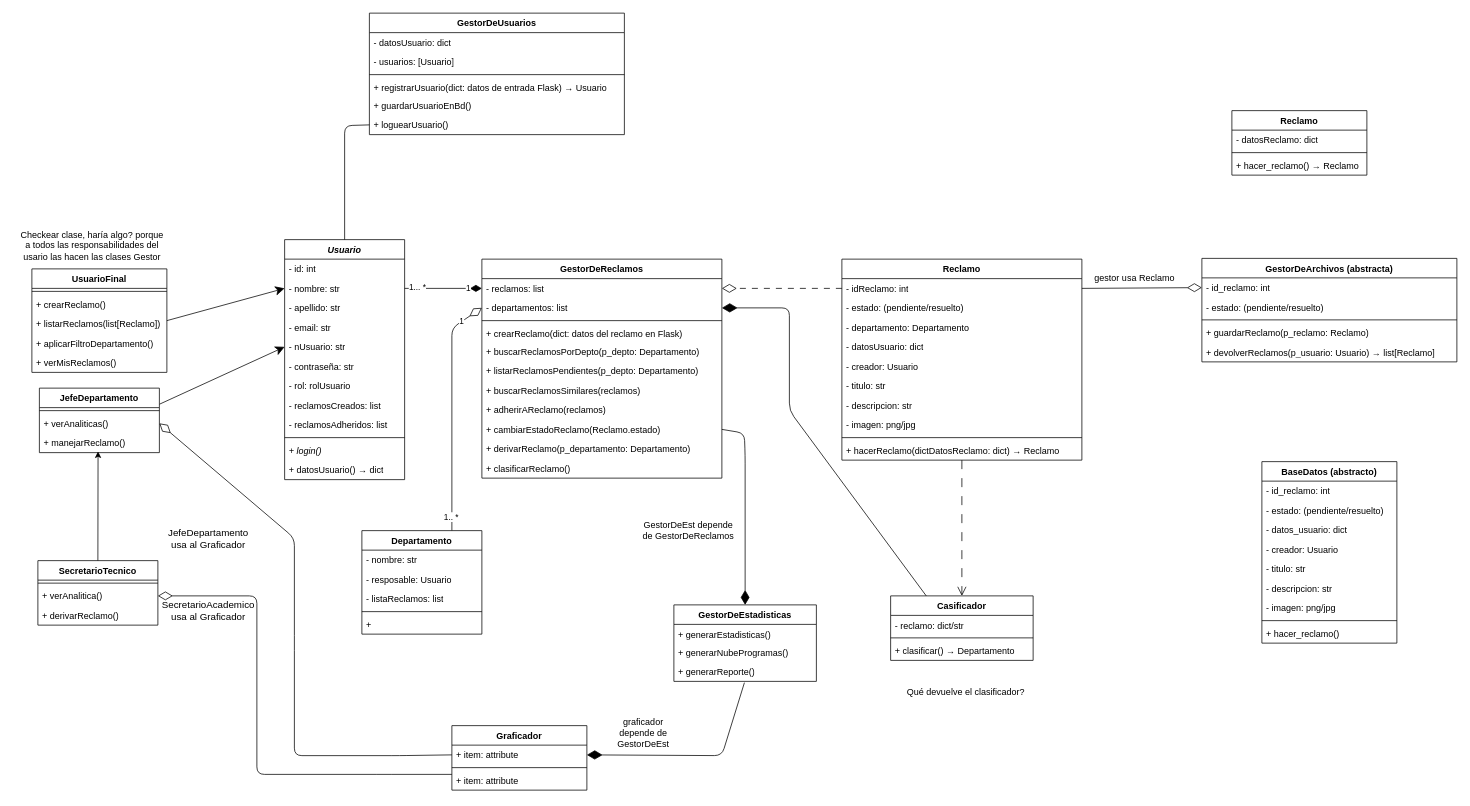
The draw.io diagram page "UML" (1 of 3) of TrabajoPractico_3/docs/diagrama_UML_TP3.drawio in FelipeCarrozzo/prog_avanzada, before the edit. Source tidied: cells renumbered, new cells numbered last; positions are measured from the earlier drawing's top-left corner, leaving out a move shared by most shapes. Both pictures are drawn from the tidied source at 75%, with x=0, y=0 at pixel (13, 13).
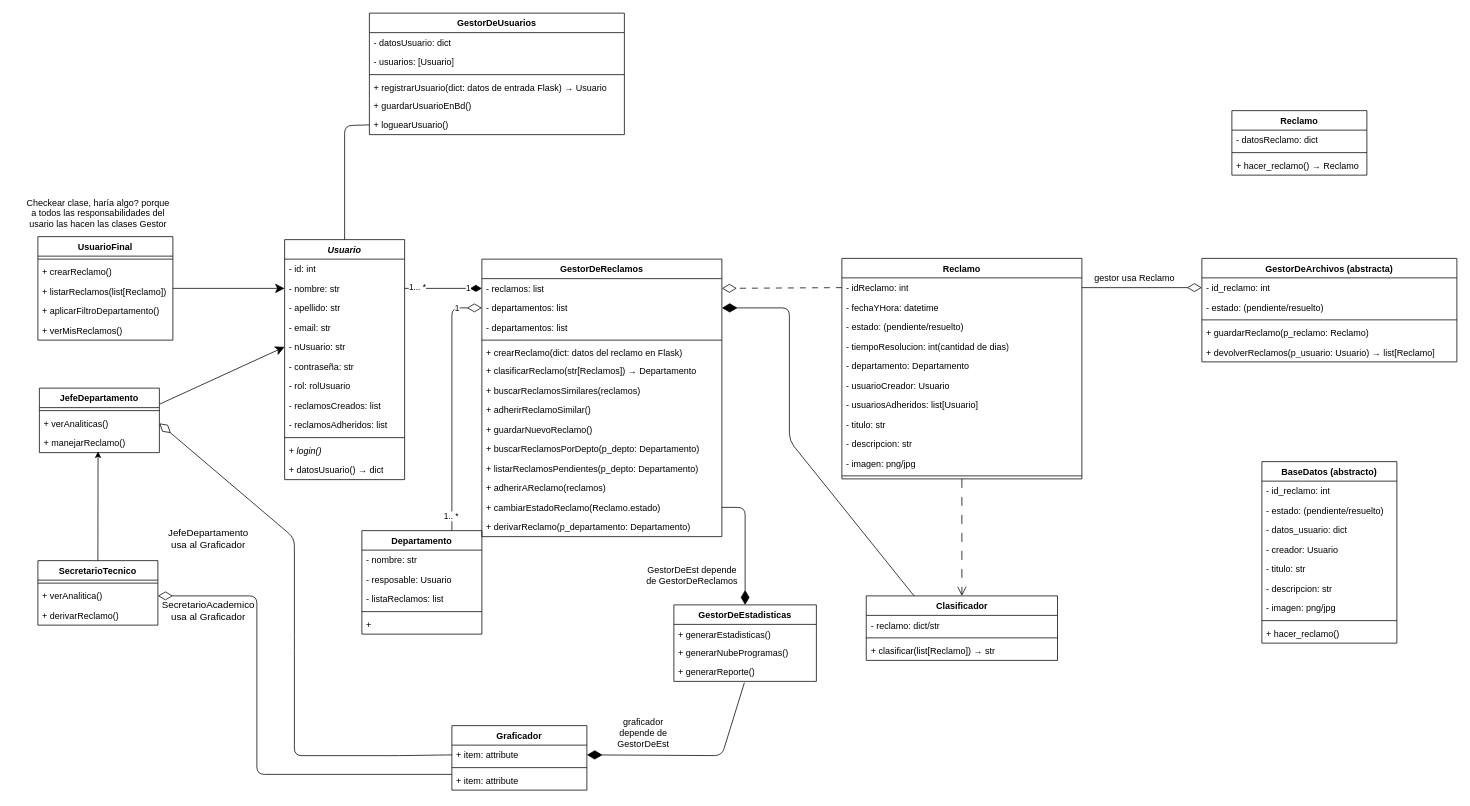
After the change.

Unchanged cells that the change refers to:
```xml
<mxCell id="51" value="Departamento" style="swimlane;fontStyle=1;align=center;verticalAlign=top;horizontal=1;startSize=26;whiteSpace=wrap;html=1;" parent="1" vertex="1">
  <mxGeometry x="465" y="690" width="160" height="138" as="geometry" />
</mxCell>
<mxCell id="59" value="- departamentos: list" style="text;strokeColor=none;fillColor=none;align=left;verticalAlign=top;spacingLeft=4;spacingRight=4;overflow=hidden;points=[[0,0.5],[1,0.5]];portConstraint=eastwest;whiteSpace=wrap;html=1;" parent="57" vertex="1">
  <mxGeometry y="52" width="320" height="26" as="geometry" />
</mxCell>
<mxCell id="112" value="GestorDeEstadisticas" style="swimlane;fontStyle=1;align=center;verticalAlign=top;horizontal=1;startSize=26;whiteSpace=wrap;html=1;" parent="1" vertex="1">
  <mxGeometry x="881" y="789" width="190" height="102" as="geometry" />
</mxCell>
```

The edit, as a diff of the source:
```diff
@@
     <mxCell id="3" value="UsuarioFinal" style="swimlane;fontStyle=1;align=center;verticalAlign=top;horizontal=1;startSize=26;whiteSpace=wrap;html=1;" parent="1" vertex="1">
-      <mxGeometry x="25" y="341" width="180" height="138" as="geometry" />
+      <mxGeometry x="33" y="298" width="180" height="138" as="geometry" />
     </mxCell>
@@
     <mxCell id="32" value="Reclamo" style="swimlane;fontStyle=1;align=center;verticalAlign=top;horizontal=1;startSize=26;whiteSpace=wrap;html=1;" parent="1" vertex="1">
-      <mxGeometry x="1105" y="328" width="320" height="268" as="geometry" />
+      <mxGeometry x="1105" y="327" width="320" height="294" as="geometry" />
     </mxCell>
@@
+    <mxCell id="122" value="- fechaYHora: datetime" style="text;strokeColor=none;fillColor=none;align=left;verticalAlign=top;spacingLeft=4;spacingRight=4;overflow=hidden;whiteSpace=wrap;html=1;" parent="32" vertex="1">
+      <mxGeometry y="52" width="320" height="26" as="geometry" />
+    </mxCell>
     <mxCell id="34" value="- estado: (pendiente/resuelto)" style="text;strokeColor=none;fillColor=none;align=left;verticalAlign=top;spacingLeft=4;spacingRight=4;overflow=hidden;whiteSpace=wrap;html=1;" parent="32" vertex="1">
-      <mxGeometry y="52" width="320" height="26" as="geometry" />
+      <mxGeometry y="78" width="320" height="26" as="geometry" />
     </mxCell>
+    <mxCell id="123" value="- tiempoResolucion: int(cantidad de dias)" style="text;strokeColor=none;fillColor=none;align=left;verticalAlign=top;spacingLeft=4;spacingRight=4;overflow=hidden;whiteSpace=wrap;html=1;" parent="32" vertex="1">
+      <mxGeometry y="104" width="320" height="26" as="geometry" />
+    </mxCell>
     <mxCell id="35" value="- departamento: Departamento" style="text;strokeColor=none;fillColor=none;align=left;verticalAlign=top;spacingLeft=4;spacingRight=4;overflow=hidden;whiteSpace=wrap;html=1;" parent="32" vertex="1">
-      <mxGeometry y="78" width="320" height="26" as="geometry" />
+      <mxGeometry y="130" width="320" height="26" as="geometry" />
     </mxCell>
+    <mxCell id="37" value="- usuarioCreador: Usuario" style="text;strokeColor=none;fillColor=none;align=left;verticalAlign=top;spacingLeft=4;spacingRight=4;overflow=hidden;whiteSpace=wrap;html=1;" parent="32" vertex="1">
+      <mxGeometry y="156" width="320" height="26" as="geometry" />
+    </mxCell>
-    <mxCell id="36" value="- datosUsuario: dict" style="text;strokeColor=none;fillColor=none;align=left;verticalAlign=top;spacingLeft=4;spacingRight=4;overflow=hidden;whiteSpace=wrap;html=1;" parent="32" vertex="1">
-      <mxGeometry y="104" width="320" height="26" as="geometry" />
+    <mxCell id="36" value="- usuariosAdheridos: list[Usuario]" style="text;strokeColor=none;fillColor=none;align=left;verticalAlign=top;spacingLeft=4;spacingRight=4;overflow=hidden;whiteSpace=wrap;html=1;" parent="32" vertex="1">
+      <mxGeometry y="182" width="320" height="26" as="geometry" />
     </mxCell>
-    <mxCell id="37" value="- creador: Usuario" style="text;strokeColor=none;fillColor=none;align=left;verticalAlign=top;spacingLeft=4;spacingRight=4;overflow=hidden;whiteSpace=wrap;html=1;" parent="32" vertex="1">
-      <mxGeometry y="130" width="320" height="26" as="geometry" />
-    </mxCell>
     <mxCell id="38" value="- titulo: str" style="text;strokeColor=none;fillColor=none;align=left;verticalAlign=top;spacingLeft=4;spacingRight=4;overflow=hidden;whiteSpace=wrap;html=1;" parent="32" vertex="1">
-      <mxGeometry y="156" width="320" height="26" as="geometry" />
+      <mxGeometry y="208" width="320" height="26" as="geometry" />
     </mxCell>
     <mxCell id="39" value="- descripcion: str" style="text;strokeColor=none;fillColor=none;align=left;verticalAlign=top;spacingLeft=4;spacingRight=4;overflow=hidden;whiteSpace=wrap;html=1;" parent="32" vertex="1">
-      <mxGeometry y="182" width="320" height="26" as="geometry" />
+      <mxGeometry y="234" width="320" height="26" as="geometry" />
     </mxCell>
     <mxCell id="40" value="- imagen: png/jpg" style="text;strokeColor=none;fillColor=none;align=left;verticalAlign=top;spacingLeft=4;spacingRight=4;overflow=hidden;whiteSpace=wrap;html=1;" parent="32" vertex="1">
-      <mxGeometry y="208" width="320" height="26" as="geometry" />
+      <mxGeometry y="260" width="320" height="26" as="geometry" />
     </mxCell>
     <mxCell id="41" style="line;strokeWidth=1;fillColor=none;align=left;verticalAlign=middle;spacingTop=-1;spacingLeft=3;spacingRight=3;labelPosition=right;strokeColor=inherit;" parent="32" vertex="1">
-      <mxGeometry y="234" width="320" height="8" as="geometry" />
+      <mxGeometry y="286" width="320" height="8" as="geometry" />
     </mxCell>
-    <mxCell id="42" value="&lt;font style=&quot;color: rgb(0, 0, 0);&quot;&gt;+ hacerReclamo(dictDatosReclamo: dict)&amp;nbsp;→ Reclamo&lt;/font&gt;" style="text;strokeColor=none;fillColor=none;align=left;verticalAlign=top;spacingLeft=4;spacingRight=4;overflow=hidden;whiteSpace=wrap;html=1;" parent="32" vertex="1">
-      <mxGeometry y="242" width="320" height="26" as="geometry" />
-    </mxCell>
     <mxCell id="43" style="edgeStyle=none;html=1;endArrow=diamondThin;endFill=1;endSize=18;entryX=1;entryY=0.5;entryDx=0;entryDy=0;exitX=0.25;exitY=0;exitDx=0;exitDy=0;" parent="1" edge="1" source="44" target="59">
       <mxGeometry relative="1" as="geometry">
         <Array as="points">
-          <mxPoint x="1035" y="530" />
+          <mxPoint x="1035" y="570" />
           <mxPoint x="1035" y="393" />
         </Array>
       </mxGeometry>
     </mxCell>
-    <mxCell id="44" value="Casificador" style="swimlane;fontStyle=1;align=center;verticalAlign=top;horizontal=1;startSize=26;whiteSpace=wrap;html=1;" parent="1" vertex="1">
-      <mxGeometry x="1170" y="777" width="190" height="86" as="geometry" />
+    <mxCell id="44" value="Clasificador" style="swimlane;fontStyle=1;align=center;verticalAlign=top;horizontal=1;startSize=26;whiteSpace=wrap;html=1;" parent="1" vertex="1">
+      <mxGeometry x="1137.5" y="777" width="255" height="86" as="geometry" />
     </mxCell>
     <mxCell id="45" value="- reclamo: dict/str" style="text;strokeColor=none;fillColor=none;align=left;verticalAlign=top;spacingLeft=4;spacingRight=4;overflow=hidden;whiteSpace=wrap;html=1;" parent="44" vertex="1">
-      <mxGeometry y="26" width="190" height="26" as="geometry" />
+      <mxGeometry y="26" width="255" height="26" as="geometry" />
     </mxCell>
     <mxCell id="46" style="line;strokeWidth=1;fillColor=none;align=left;verticalAlign=middle;spacingTop=-1;spacingLeft=3;spacingRight=3;labelPosition=right;strokeColor=inherit;" parent="44" vertex="1">
-      <mxGeometry y="52" width="190" height="8" as="geometry" />
+      <mxGeometry y="52" width="255" height="8" as="geometry" />
     </mxCell>
-    <mxCell id="47" value="+ clasificar()&amp;nbsp;→ Departamento" style="text;strokeColor=none;fillColor=none;align=left;verticalAlign=top;spacingLeft=4;spacingRight=4;overflow=hidden;whiteSpace=wrap;html=1;" parent="44" vertex="1">
-      <mxGeometry y="60" width="190" height="26" as="geometry" />
+    <mxCell id="47" value="+ clasificar(list[Reclamo])&amp;nbsp;→ str" style="text;strokeColor=none;fillColor=none;align=left;verticalAlign=top;spacingLeft=4;spacingRight=4;overflow=hidden;whiteSpace=wrap;html=1;" parent="44" vertex="1">
+      <mxGeometry y="60" width="255" height="26" as="geometry" />
     </mxCell>
     <mxCell id="48" style="edgeStyle=none;html=1;exitX=0.75;exitY=0;exitDx=0;exitDy=0;entryX=0;entryY=0.5;entryDx=0;entryDy=0;endArrow=diamondThin;endFill=0;endSize=17;" parent="1" edge="1" source="51" target="59">
       <mxGeometry relative="1" as="geometry">
         <Array as="points">
-          <mxPoint x="585" y="420" />
+          <mxPoint x="585" y="393" />
         </Array>
       </mxGeometry>
     </mxCell>
@@
     <mxCell id="57" value="GestorDeReclamos" style="swimlane;fontStyle=1;align=center;verticalAlign=top;horizontal=1;startSize=26;whiteSpace=wrap;html=1;" parent="1" vertex="1">
-      <mxGeometry x="625" y="328" width="320" height="292" as="geometry" />
+      <mxGeometry x="625" y="328" width="320" height="370" as="geometry" />
     </mxCell>
@@
+    <mxCell id="124" value="- departamentos: list" style="text;strokeColor=none;fillColor=none;align=left;verticalAlign=top;spacingLeft=4;spacingRight=4;overflow=hidden;whiteSpace=wrap;html=1;" parent="57" vertex="1">
+      <mxGeometry y="78" width="320" height="26" as="geometry" />
+    </mxCell>
     <mxCell id="60" style="line;strokeWidth=1;fillColor=none;align=left;verticalAlign=middle;spacingTop=-1;spacingLeft=3;spacingRight=3;labelPosition=right;strokeColor=inherit;" parent="57" vertex="1">
-      <mxGeometry y="78" width="320" height="8" as="geometry" />
+      <mxGeometry y="104" width="320" height="8" as="geometry" />
     </mxCell>
     <mxCell id="61" value="+ crearReclamo(dict: datos del reclamo en Flask)" style="text;strokeColor=none;fillColor=none;align=left;verticalAlign=top;spacingLeft=4;spacingRight=4;overflow=hidden;whiteSpace=wrap;html=1;" parent="57" vertex="1">
-      <mxGeometry y="86" width="320" height="24" as="geometry" />
+      <mxGeometry y="112" width="320" height="24" as="geometry" />
     </mxCell>
+    <mxCell id="68" value="+ clasificarReclamo(str[Reclamos])&amp;nbsp;&lt;span style=&quot;color: rgb(0, 0, 0);&quot;&gt;→&amp;nbsp;Departamento&lt;/span&gt;" style="text;strokeColor=none;fillColor=none;align=left;verticalAlign=top;spacingLeft=4;spacingRight=4;overflow=hidden;whiteSpace=wrap;html=1;" parent="57" vertex="1">
+      <mxGeometry y="136" width="320" height="26" as="geometry" />
+    </mxCell>
+    <mxCell id="64" value="+ buscarReclamosSimilares(reclamos)" style="text;strokeColor=none;fillColor=none;align=left;verticalAlign=top;spacingLeft=4;spacingRight=4;overflow=hidden;whiteSpace=wrap;html=1;" parent="57" vertex="1">
+      <mxGeometry y="162" width="320" height="26" as="geometry" />
+    </mxCell>
+    <mxCell id="125" value="+ adherirReclamoSimilar()" style="text;strokeColor=none;fillColor=none;align=left;verticalAlign=top;spacingLeft=4;spacingRight=4;overflow=hidden;whiteSpace=wrap;html=1;" parent="57" vertex="1">
+      <mxGeometry y="188" width="320" height="26" as="geometry" />
+    </mxCell>
+    <mxCell id="126" value="+ guardarNuevoReclamo()" style="text;strokeColor=none;fillColor=none;align=left;verticalAlign=top;spacingLeft=4;spacingRight=4;overflow=hidden;whiteSpace=wrap;html=1;" parent="57" vertex="1">
+      <mxGeometry y="214" width="320" height="26" as="geometry" />
+    </mxCell>
     <mxCell id="62" value="+ buscarReclamosPorDepto(p_depto: Departamento)" style="text;strokeColor=none;fillColor=none;align=left;verticalAlign=top;spacingLeft=4;spacingRight=4;overflow=hidden;whiteSpace=wrap;html=1;" parent="57" vertex="1">
-      <mxGeometry y="110" width="320" height="26" as="geometry" />
+      <mxGeometry y="240" width="320" height="26" as="geometry" />
     </mxCell>
     <mxCell id="63" value="+ listarReclamosPendientes(p_depto: Departamento)" style="text;strokeColor=none;fillColor=none;align=left;verticalAlign=top;spacingLeft=4;spacingRight=4;overflow=hidden;whiteSpace=wrap;html=1;" parent="57" vertex="1">
-      <mxGeometry y="136" width="320" height="26" as="geometry" />
+      <mxGeometry y="266" width="320" height="26" as="geometry" />
     </mxCell>
-    <mxCell id="64" value="+ buscarReclamosSimilares(reclamos)" style="text;strokeColor=none;fillColor=none;align=left;verticalAlign=top;spacingLeft=4;spacingRight=4;overflow=hidden;whiteSpace=wrap;html=1;" parent="57" vertex="1">
-      <mxGeometry y="162" width="320" height="26" as="geometry" />
-    </mxCell>
     <mxCell id="65" value="+ adherirAReclamo(reclamos)" style="text;strokeColor=none;fillColor=none;align=left;verticalAlign=top;spacingLeft=4;spacingRight=4;overflow=hidden;whiteSpace=wrap;html=1;" parent="57" vertex="1">
-      <mxGeometry y="188" width="320" height="26" as="geometry" />
+      <mxGeometry y="292" width="320" height="26" as="geometry" />
     </mxCell>
     <mxCell id="66" value="+ cambiarEstadoReclamo(Reclamo.estado)" style="text;strokeColor=none;fillColor=none;align=left;verticalAlign=top;spacingLeft=4;spacingRight=4;overflow=hidden;points=[[0,0.5],[1,0.5]];portConstraint=eastwest;whiteSpace=wrap;html=1;" parent="57" vertex="1">
-      <mxGeometry y="214" width="320" height="26" as="geometry" />
+      <mxGeometry y="318" width="320" height="26" as="geometry" />
     </mxCell>
     <mxCell id="67" value="+ derivarReclamo(p_departamento: Departamento)" style="text;strokeColor=none;fillColor=none;align=left;verticalAlign=top;spacingLeft=4;spacingRight=4;overflow=hidden;whiteSpace=wrap;html=1;" parent="57" vertex="1">
-      <mxGeometry y="240" width="320" height="26" as="geometry" />
+      <mxGeometry y="344" width="320" height="26" as="geometry" />
     </mxCell>
-    <mxCell id="68" value="+ clasificarReclamo()" style="text;strokeColor=none;fillColor=none;align=left;verticalAlign=top;spacingLeft=4;spacingRight=4;overflow=hidden;whiteSpace=wrap;html=1;" parent="57" vertex="1">
-      <mxGeometry y="266" width="320" height="26" as="geometry" />
-    </mxCell>
@@
     <mxCell id="107" value="Checkear clase, haría algo? porque&lt;div&gt;a todos las responsabilidades del&lt;/div&gt;&lt;div&gt;usario las hacen las clases Gestor&lt;/div&gt;" style="text;html=1;align=center;verticalAlign=middle;strokeColor=none;fillColor=none;" parent="1" vertex="1">
-      <mxGeometry y="280" width="210" height="60" as="geometry" />
+      <mxGeometry x="8" y="237" width="210" height="60" as="geometry" />
     </mxCell>
@@
     <mxCell id="116" style="edgeStyle=none;html=1;exitX=1;exitY=0.5;exitDx=0;exitDy=0;entryX=0.5;entryY=0;entryDx=0;entryDy=0;endArrow=diamondThin;endFill=1;endSize=17;" parent="1" edge="1" source="66" target="112">
       <mxGeometry relative="1" as="geometry">
         <Array as="points">
-          <mxPoint x="975" y="560" />
-          <mxPoint x="976" y="590" />
+          <mxPoint x="976" y="659" />
         </Array>
       </mxGeometry>
     </mxCell>
     <mxCell id="117" value="&lt;div&gt;&lt;font style=&quot;color: rgb(0, 0, 0);&quot;&gt;GestorDeEst depende&lt;/font&gt;&lt;/div&gt;&lt;div&gt;&lt;font style=&quot;color: rgb(0, 0, 0);&quot;&gt;de GestorDeReclamos&lt;/font&gt;&lt;/div&gt;" style="text;html=1;align=center;verticalAlign=middle;strokeColor=none;fillColor=none;" parent="1" vertex="1">
-      <mxGeometry x="830" y="670" width="140" height="40" as="geometry" />
+      <mxGeometry x="835" y="730" width="140" height="40" as="geometry" />
     </mxCell>
@@
-    <mxCell id="119" value="Qué devuelve el clasificador?" style="text;html=1;align=center;verticalAlign=middle;strokeColor=none;fillColor=none;" parent="1" vertex="1">
-      <mxGeometry x="1180" y="890" width="180" height="30" as="geometry" />
-    </mxCell>
```
